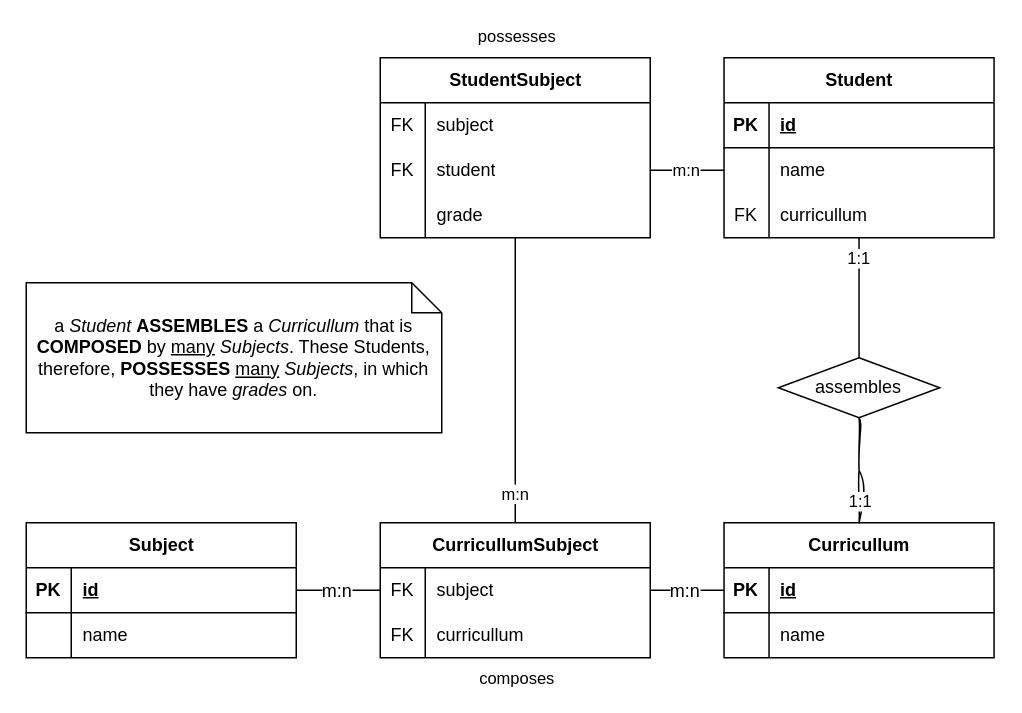
Earlier version of the draw.io diagram diagrams/erd.drawio (victorZoro/nestjs-ec-node-4). Source tidied: cells renumbered, new cells numbered last; positions are measured from the earlier drawing's top-left corner, leaving out a move shared by most shapes. Both pictures are drawn from the tidied source at 150%, with x=0, y=0 at pixel (26, 34).
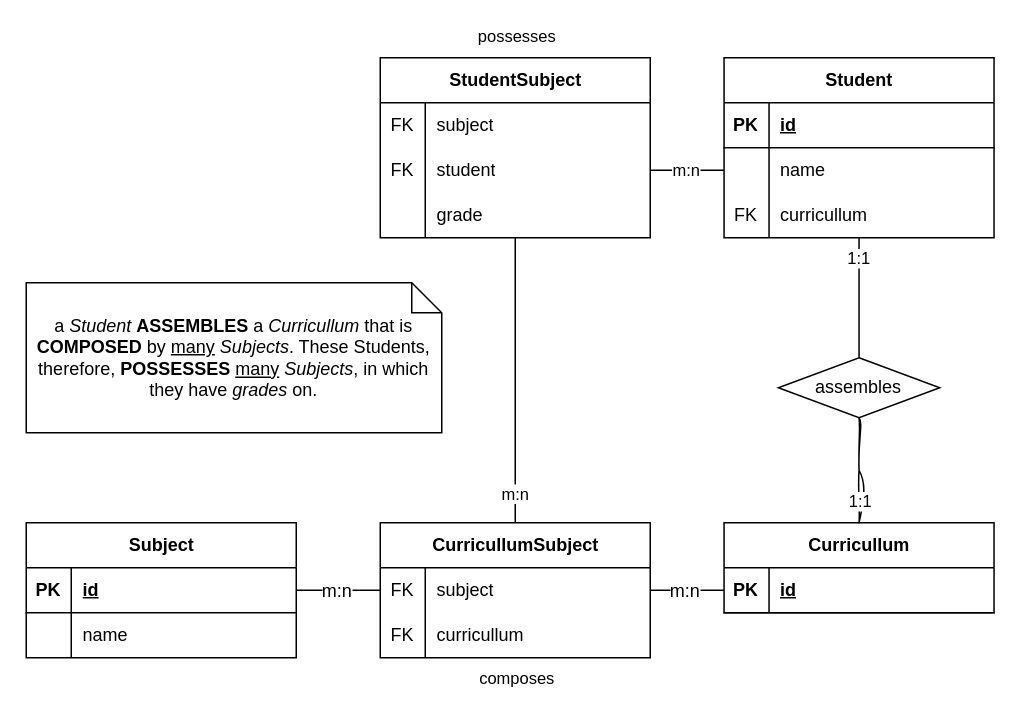
The same diagram, later.

Commit message (it also covers changes not shown here):
chore: remove name from curricullum

The edit, as a diff of the source:
```diff
@@
     <mxCell id="21" value="Curricullum" style="shape=table;startSize=30;childLayout=tableLayout;rowLines=0;fontStyle=1;align=center;html=1;" parent="1" vertex="1">
-      <mxGeometry x="465.2" y="325" width="180" height="90" as="geometry" />
+      <mxGeometry x="465.2" y="325" width="180" height="60" as="geometry" />
     </mxCell>
@@
-    <mxCell id="25" style="shape=tableRow;horizontal=0;startSize=0;swimlaneHead=0;swimlaneBody=0;fillColor=none;top=0;left=0;right=0;bottom=0;" parent="21" vertex="1">
-      <mxGeometry y="60" width="180" height="30" as="geometry" />
-    </mxCell>
-    <mxCell id="26" style="shape=partialRectangle;fillColor=none;top=0;left=0;bottom=0;right=0;overflow=hidden;whiteSpace=wrap;html=1;" parent="25" vertex="1">
-      <mxGeometry width="30" height="30" as="geometry" />
-    </mxCell>
-    <mxCell id="27" value="name" style="shape=partialRectangle;fillColor=none;top=0;left=0;bottom=0;right=0;align=left;spacingLeft=6;overflow=hidden;whiteSpace=wrap;html=1;" parent="25" vertex="1">
-      <mxGeometry x="30" width="150" height="30" as="geometry" />
-    </mxCell>
```
